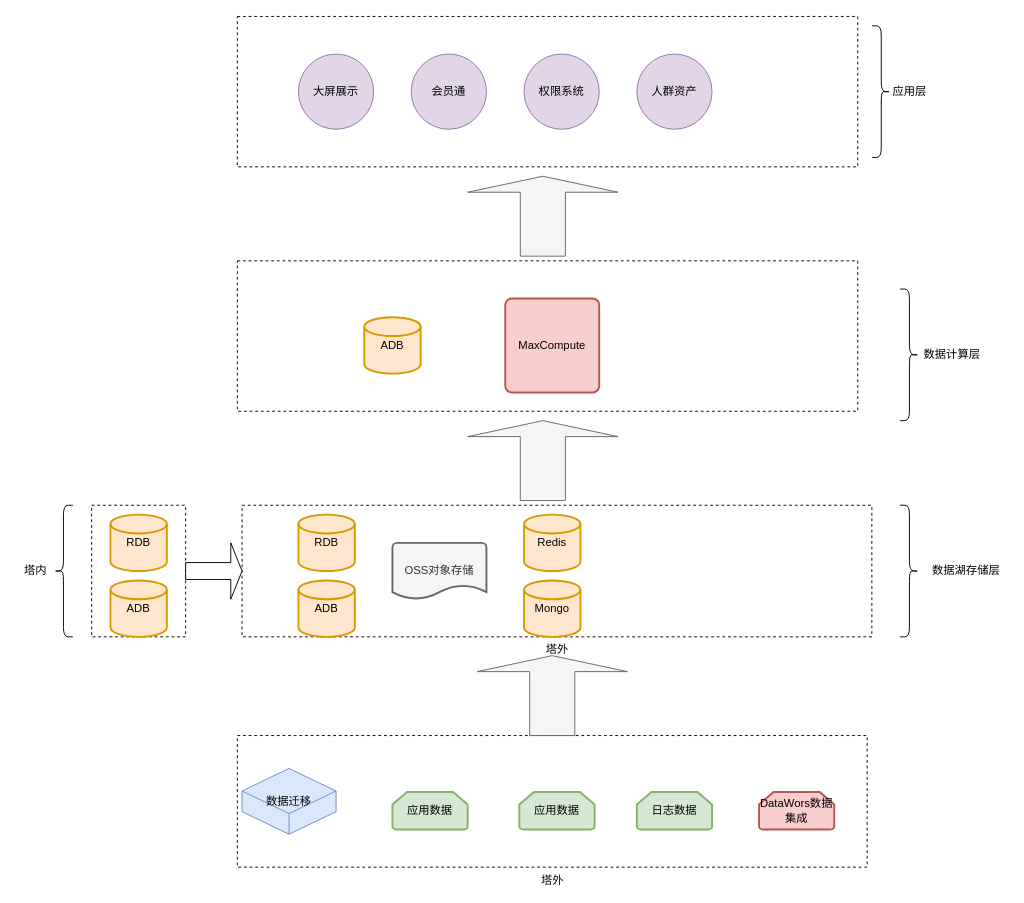
Earlier version of the draw.io diagram 未命名绘图.drawio (Jinkes-li/Aiops). Source tidied: cells renumbered, new cells numbered last; positions are measured from the earlier drawing's top-left corner, leaving out a move shared by most shapes. Both pictures are drawn from the tidied source at 94%, with x=0, y=0 at pixel (16, 16).
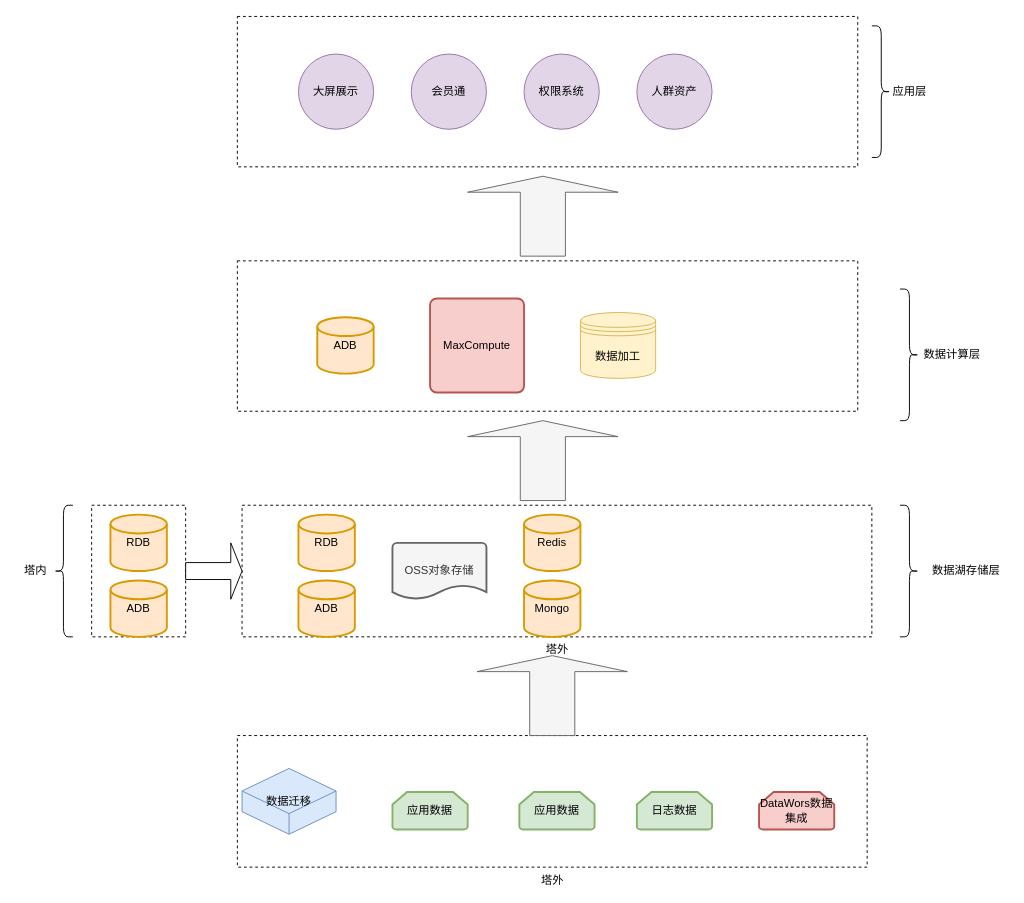
After the change.

Commit message:
更新未命名绘图.drawio

Diff of the diagram source:
```diff
@@
     <mxCell id="10" value="ADB" style="strokeWidth=2;html=1;shape=mxgraph.flowchart.database;whiteSpace=wrap;fillColor=#ffe6cc;strokeColor=#d79b00;" parent="1" vertex="1">
-      <mxGeometry x="370" y="320" width="60" height="60" as="geometry" />
+      <mxGeometry x="320" y="320" width="60" height="60" as="geometry" />
     </mxCell>
@@
     <mxCell id="17" value="MaxCompute" style="rounded=1;whiteSpace=wrap;html=1;absoluteArcSize=1;arcSize=14;strokeWidth=2;fillColor=#f8cecc;strokeColor=#b85450;" parent="1" vertex="1">
-      <mxGeometry x="520" y="300" width="100" height="100" as="geometry" />
+      <mxGeometry x="440" y="300" width="100" height="100" as="geometry" />
     </mxCell>
@@
+    <mxCell id="37" value="数据加工" style="shape=datastore;whiteSpace=wrap;html=1;fillColor=#fff2cc;strokeColor=#d6b656;" parent="1" vertex="1">
+      <mxGeometry x="600" y="315" width="80" height="70" as="geometry" />
+    </mxCell>
```
